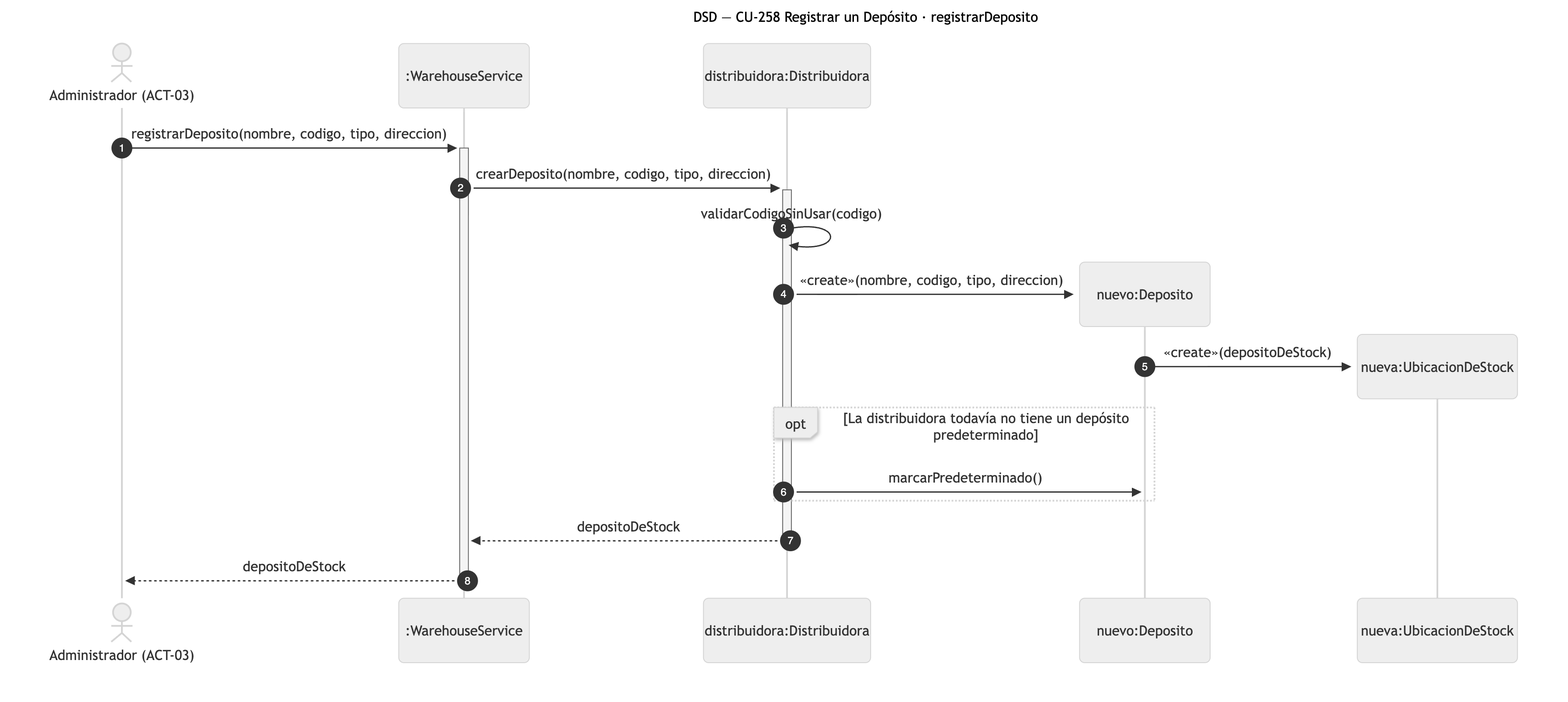
This is diagramas/png/DSD_CU-258_registrarDeposito.png from Nahuelito-Dev/splg-docs, a Mermaid export, as it was before one commit. Its source is kept beside it as diagramas/DSD_CU-258_registrarDeposito.mmd. Source of this version:
```mermaid
sequenceDiagram
    title DSD — CU-258 Registrar un Depósito · registrarDeposito
    autonumber
    actor ADM as Administrador (ACT-03)
    participant SRV as :WarehouseService
    participant DIS as distribuidora:Distribuidora

    ADM->>+SRV: registrarDeposito(nombre, codigo, tipo, direccion)
    SRV->>+DIS: crearDeposito(nombre, codigo, tipo, direccion)
    DIS->>DIS: validarCodigoSinUsar(codigo)
    create participant DEP as nuevo:Deposito
    DIS->>DEP: «create»(nombre, codigo, tipo, direccion)
    create participant UBI as nueva:UbicacionDeStock
    DEP->>UBI: «create»(depositoDeStock)
    opt La distribuidora todavía no tiene un depósito predeterminado
        DIS->>DEP: marcarPredeterminado()
    end
    DIS-->>-SRV: depositoDeStock
    SRV-->>-ADM: depositoDeStock
```
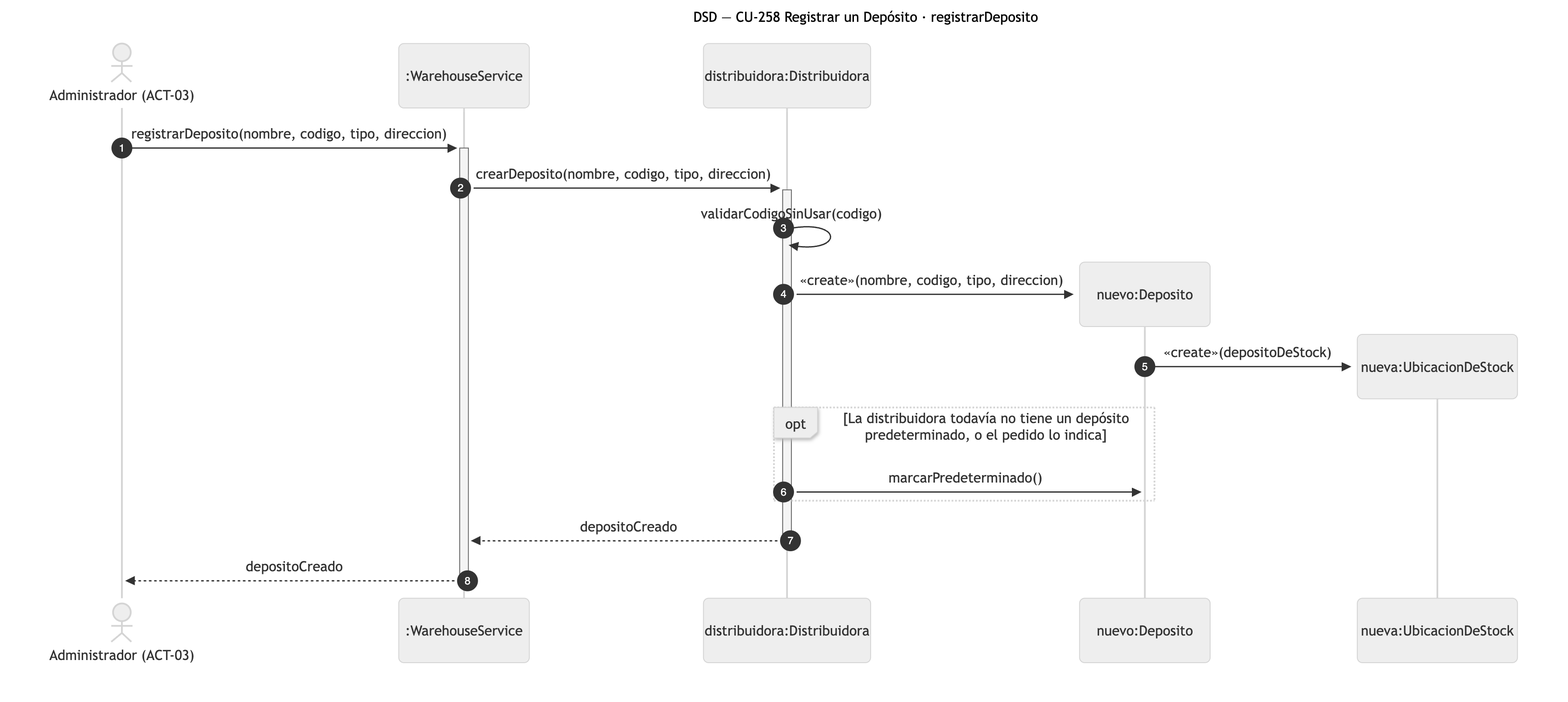
The same diagram one commit later.

Diff of the diagram source:
```diff
@@ -12,8 +12,8 @@
     DIS->>DEP: «create»(nombre, codigo, tipo, direccion)
     create participant UBI as nueva:UbicacionDeStock
     DEP->>UBI: «create»(depositoDeStock)
-    opt La distribuidora todavía no tiene un depósito predeterminado
+    opt La distribuidora todavía no tiene un depósito predeterminado, o el pedido lo indica
         DIS->>DEP: marcarPredeterminado()
     end
-    DIS-->>-SRV: depositoDeStock
-    SRV-->>-ADM: depositoDeStock
+    DIS-->>-SRV: depositoCreado
+    SRV-->>-ADM: depositoCreado
```
